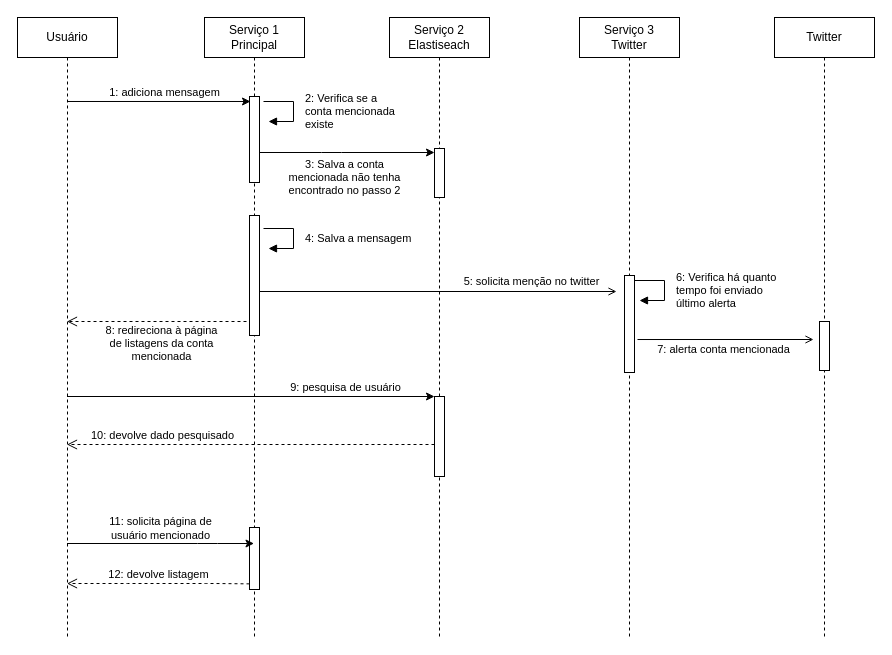
The draw.io diagram docs/TCC - Diagrama de Sequência.drawio in dougpessoa/tcc, before the edit. Source tidied: cells renumbered, new cells numbered last; positions are measured from the earlier drawing's top-left corner, leaving out a move shared by most shapes. Both pictures are drawn from the tidied source at 100%, with x=0, y=0 at pixel (17, 17).
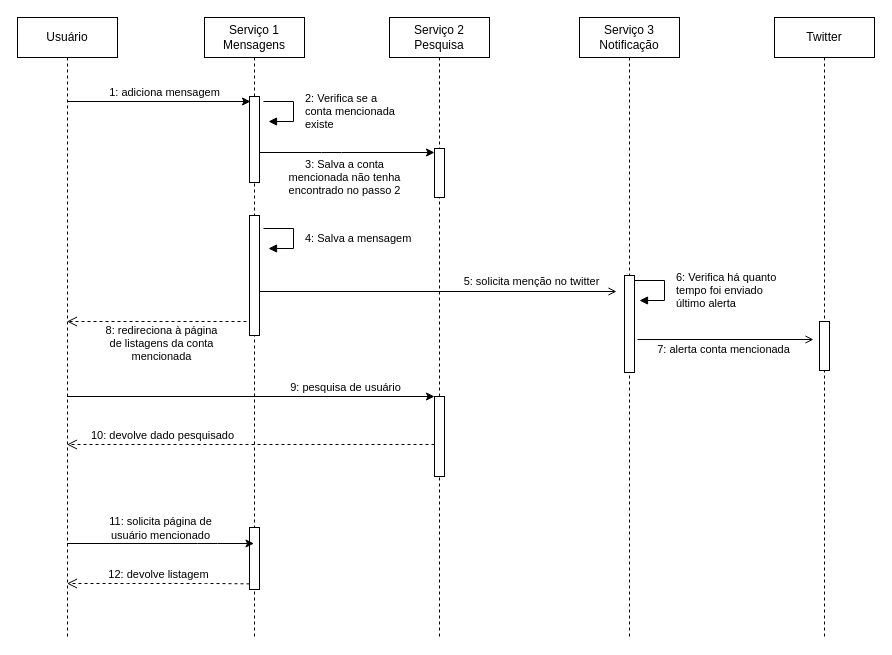
The same page after the edit.

Diff of the diagram source:
```diff
@@
-    <mxCell id="5" value="Serviço 1&lt;br&gt;Principal" style="shape=umlLifeline;perimeter=lifelinePerimeter;whiteSpace=wrap;html=1;outlineConnect=0;" parent="1" vertex="1">
+    <mxCell id="5" value="Serviço 1&lt;br&gt;Mensagens" style="shape=umlLifeline;perimeter=lifelinePerimeter;whiteSpace=wrap;html=1;outlineConnect=0;" parent="1" vertex="1">
       <mxGeometry x="187" width="100" height="620" as="geometry" />
     </mxCell>
@@
-    <mxCell id="7" value="Serviço 3&lt;br&gt;Twitter" style="shape=umlLifeline;perimeter=lifelinePerimeter;whiteSpace=wrap;html=1;" parent="1" vertex="1">
+    <mxCell id="7" value="Serviço 3&lt;br&gt;Notificação" style="shape=umlLifeline;perimeter=lifelinePerimeter;whiteSpace=wrap;html=1;" parent="1" vertex="1">
       <mxGeometry x="562" width="100" height="620" as="geometry" />
     </mxCell>
-    <mxCell id="8" value="Serviço 2&lt;br&gt;Elastiseach" style="shape=umlLifeline;perimeter=lifelinePerimeter;whiteSpace=wrap;html=1;" parent="1" vertex="1">
+    <mxCell id="8" value="Serviço 2&lt;br&gt;Pesquisa" style="shape=umlLifeline;perimeter=lifelinePerimeter;whiteSpace=wrap;html=1;" parent="1" vertex="1">
       <mxGeometry x="372" width="100" height="620" as="geometry" />
     </mxCell>
```
